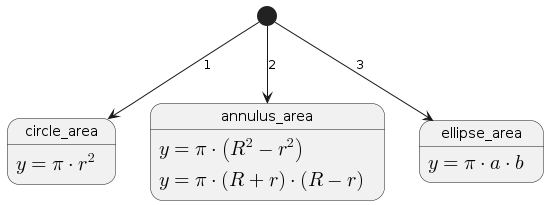
The PlantUML diagram doc/math_area.png in wangmin0880/mathimatic, before a commit.
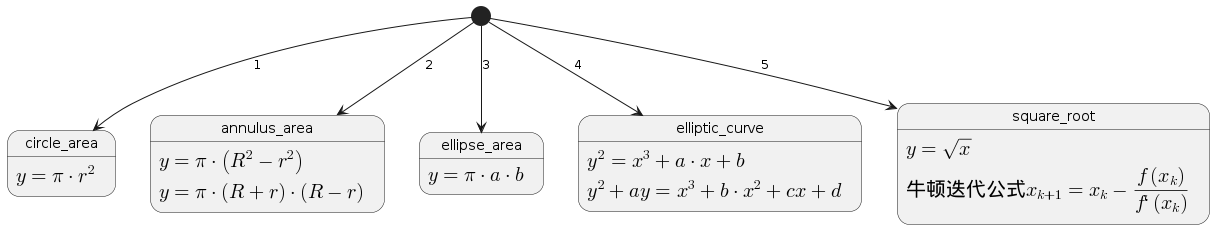
After the commit.

What changed in the source:
```diff
@@ -3,6 +3,9 @@
 [*] --> circle_area : 1
 [*] --> annulus_area : 2
 [*] --> ellipse_area : 3
+
+[*] --> elliptic_curve : 4
+[*] --> square_root : 5
 
 circle_area : <math>y = pi * r ^2 </math>
 
@@ -10,4 +13,11 @@
 annulus_area : <math> y = pi * (R + r) * (R - r) </math>
 
 ellipse_area : <math> y = pi * a * b </math>
+
+elliptic_curve : <math> y^2 = x^3 + a*x +b </math>
+elliptic_curve : <math>  y^2 + ay = x^3 + b*x^2 + cx +d </math>
+
+square_root : <math>  y = sqrtx </math>
+square_root : <math> 牛顿迭代公式 x_(k+1) = x_k - f(x_k) / (f`(x_k))</math>
+
 @enduml
```
